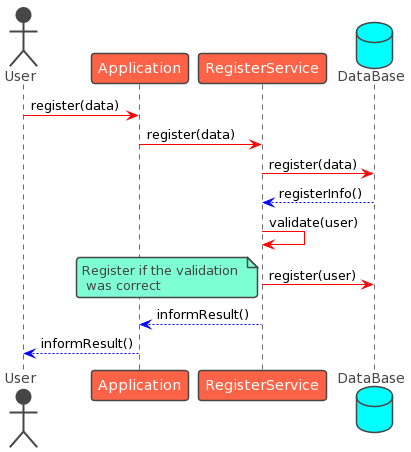
Before: docs/images/06-registerSecuencia.png, a diagram exported from PlantUML (Arquisoft/wiq_es05c1). Source of this version:
```plantuml
@startuml
skin rose
!theme vibrant

actor User
participant Application as app
participant RegisterService as reg
database DataBase as db

User -[#red]> app : register(data)
app -[#red]> reg : register(data)
reg -[#red]> db : register(data)
db -[#blue]-> reg : registerInfo()
reg -[#red]> reg : validate(user)

reg -[#red]> db : register(user)
note left: Register if the validation \n was correct

reg --[#blue]> app : informResult()

app --[#blue]> User : informResult()
@enduml
```
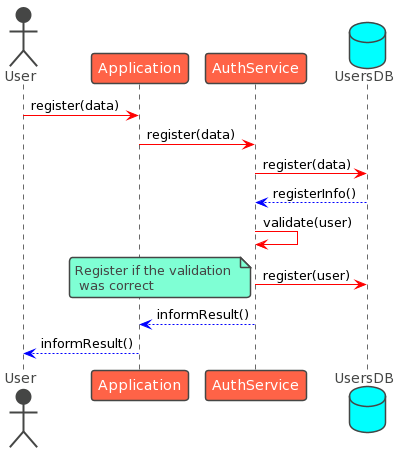
After the commit.

The edit, as a diff of the source:
```diff
@@ -4,8 +4,8 @@
 
 actor User
 participant Application as app
-participant RegisterService as reg
-database DataBase as db
+participant AuthService as reg
+database UsersDB as db
 
 User -[#red]> app : register(data)
 app -[#red]> reg : register(data)
```
